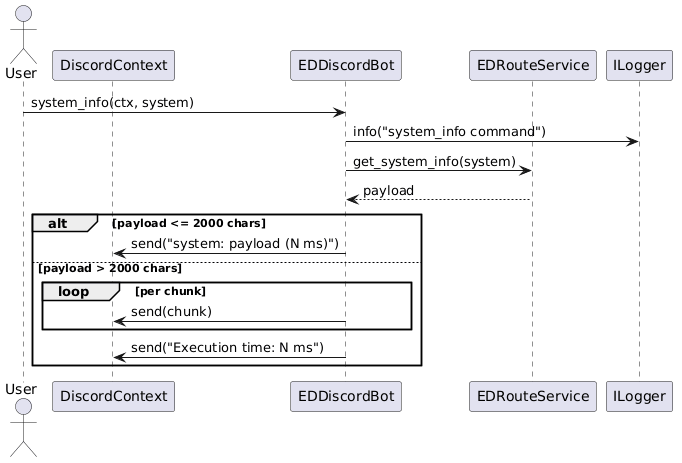
This is docs/diagrams/discord/discord_system_info_flow.png from fazleskhan/elite_dangerous_discord_tools, a PlantUML export, as it was before one commit. Its diagram source:
```plantuml
@startuml
actor User
participant DiscordContext as Ctx
participant EDDiscordBot as Bot
participant EDRouteService as RouteService
participant ILogger as Logger

User -> Bot: system_info(ctx, system)
Bot -> Logger: info("system_info command")
Bot -> RouteService: get_system_info(system)
RouteService --> Bot: payload
alt payload <= 2000 chars
  Bot -> Ctx: send("system: payload (N ms)")
else payload > 2000 chars
  loop per chunk
    Bot -> Ctx: send(chunk)
  end
  Bot -> Ctx: send("Execution time: N ms")
end
@enduml
```
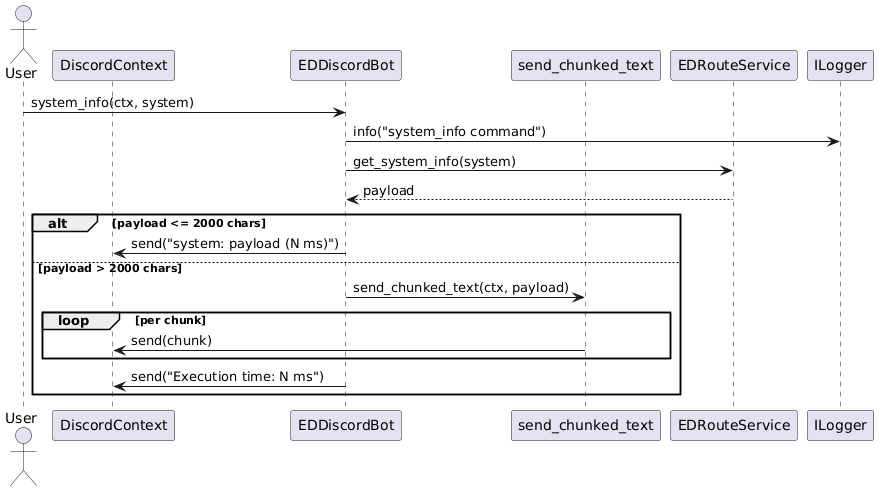
Above is the later version.

The edit, as a diff of the source:
```diff
@@ -2,6 +2,7 @@
 actor User
 participant DiscordContext as Ctx
 participant EDDiscordBot as Bot
+participant send_chunked_text as Chunker
 participant EDRouteService as RouteService
 participant ILogger as Logger
 
@@ -12,8 +13,9 @@
 alt payload <= 2000 chars
   Bot -> Ctx: send("system: payload (N ms)")
 else payload > 2000 chars
+  Bot -> Chunker: send_chunked_text(ctx, payload)
   loop per chunk
-    Bot -> Ctx: send(chunk)
+    Chunker -> Ctx: send(chunk)
   end
   Bot -> Ctx: send("Execution time: N ms")
 end
```
